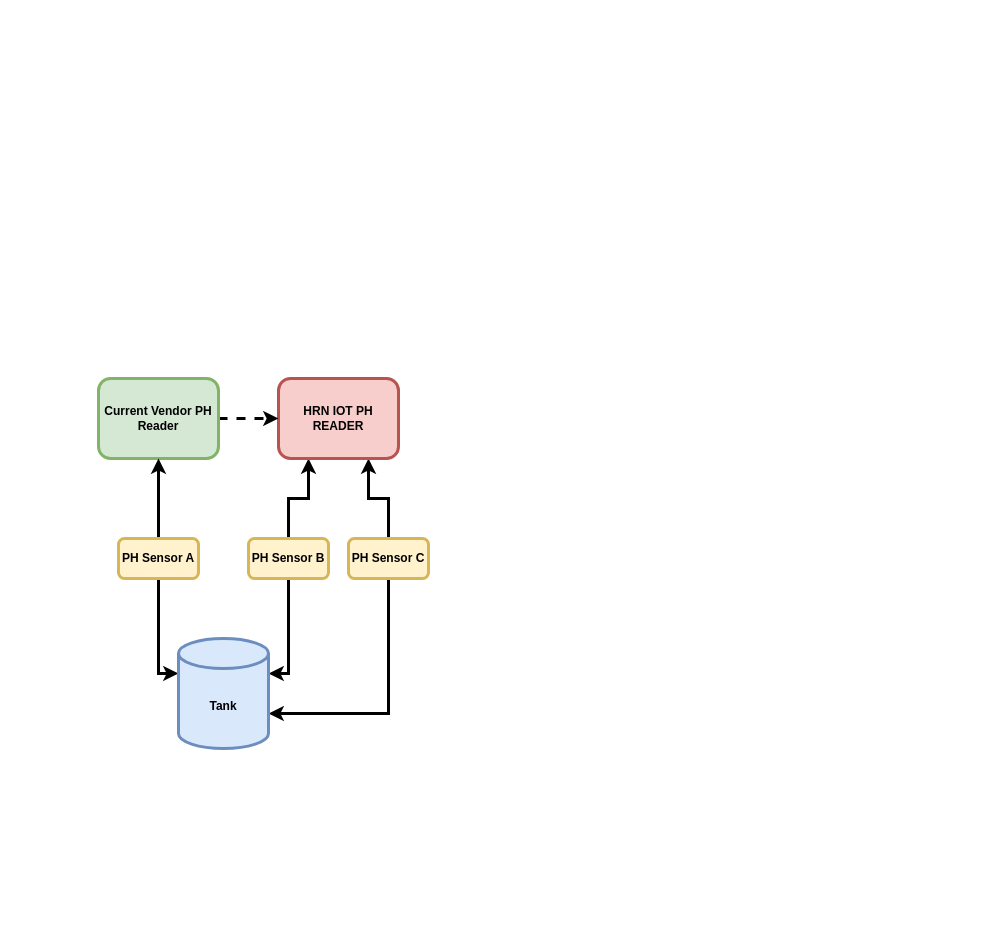
Before: Software_Network_Architecture.drawio in HamishDrummond-GitHub/HamishDrummond-GitHub, a draw.io diagram. Source tidied: cells renumbered, new cells numbered last; positions are measured from the earlier drawing's top-left corner, leaving out a move shared by most shapes. Both pictures are drawn from the tidied source at 100%, with x=0, y=0 at pixel (98, 378).
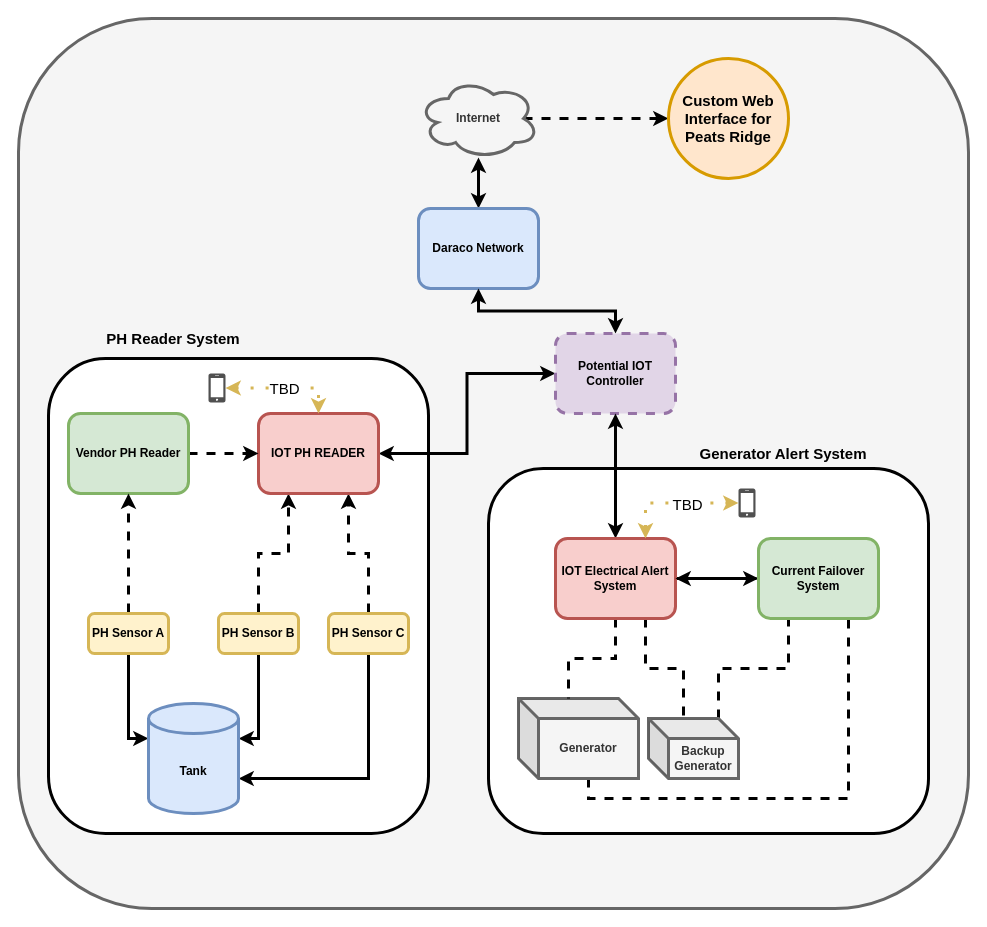
The same diagram, later.

Diff of the diagram source:
```diff
@@
+    <mxCell id="15" style="rounded=1;whiteSpace=wrap;html=1;fontSize=15;strokeWidth=3;fillColor=#f5f5f5;fontColor=#333333;strokeColor=#666666;" parent="1" vertex="1">
+      <mxGeometry x="-80" y="-360" width="950" height="890" as="geometry" />
+    </mxCell>
+    <mxCell id="16" style="rounded=1;whiteSpace=wrap;html=1;fontSize=15;strokeWidth=3;" parent="1" vertex="1">
+      <mxGeometry x="-50" y="-20" width="380" height="475" as="geometry" />
+    </mxCell>
+    <mxCell id="17" style="rounded=1;whiteSpace=wrap;html=1;fontSize=15;strokeWidth=3;" parent="1" vertex="1">
+      <mxGeometry x="390" y="90" width="440" height="365" as="geometry" />
+    </mxCell>
+    <mxCell id="18" style="edgeStyle=orthogonalEdgeStyle;rounded=0;jettySize=auto;html=1;exitX=0;exitY=0;exitDx=70;exitDy=0;exitPerimeter=0;entryX=0.25;entryY=1;entryDx=0;entryDy=0;dashed=1;startArrow=none;startFill=0;endArrow=none;endFill=0;strokeWidth=3;" parent="1" edge="1" source="19" target="35">
+      <mxGeometry relative="1" as="geometry" />
+    </mxCell>
+    <mxCell id="19" value="&lt;b&gt;Backup Generator&lt;/b&gt;" style="shape=cube;whiteSpace=wrap;html=1;boundedLbl=1;backgroundOutline=1;darkOpacity=0.05;darkOpacity2=0.1;strokeColor=#666666;strokeWidth=3;fillColor=#f5f5f5;fontColor=#333333;" parent="1" vertex="1">
+      <mxGeometry x="550" y="340" width="90" height="60" as="geometry" />
+    </mxCell>
-    <mxCell id="2" style="edgeStyle=orthogonalEdgeStyle;rounded=0;jettySize=auto;html=1;exitX=0.5;exitY=0;exitDx=0;exitDy=0;entryX=0.25;entryY=1;entryDx=0;entryDy=0;strokeWidth=3;" parent="1" edge="1" source="4" target="8">
+    <mxCell id="2" style="edgeStyle=orthogonalEdgeStyle;rounded=0;jettySize=auto;html=1;exitX=0.5;exitY=0;exitDx=0;exitDy=0;entryX=0.25;entryY=1;entryDx=0;entryDy=0;strokeWidth=3;dashed=1;" parent="1" edge="1" source="4" target="8">
       <mxGeometry relative="1" as="geometry" />
     </mxCell>
@@
     <mxCell id="4" value="&lt;b&gt;PH Sensor B&lt;/b&gt;" style="rounded=1;whiteSpace=wrap;html=1;fillColor=#fff2cc;strokeColor=#d6b656;perimeterSpacing=1;strokeWidth=3;" parent="1" vertex="1">
-      <mxGeometry x="150" y="160" width="80" height="40" as="geometry" />
+      <mxGeometry x="120" y="235" width="80" height="40" as="geometry" />
     </mxCell>
-    <mxCell id="5" style="edgeStyle=orthogonalEdgeStyle;rounded=0;jettySize=auto;html=1;exitX=0.5;exitY=0;exitDx=0;exitDy=0;entryX=0.75;entryY=1;entryDx=0;entryDy=0;strokeWidth=3;" parent="1" edge="1" source="7" target="8">
+    <mxCell id="5" style="edgeStyle=orthogonalEdgeStyle;rounded=0;jettySize=auto;html=1;exitX=0.5;exitY=0;exitDx=0;exitDy=0;entryX=0.75;entryY=1;entryDx=0;entryDy=0;strokeWidth=3;dashed=1;" parent="1" edge="1" source="7" target="8">
       <mxGeometry relative="1" as="geometry" />
     </mxCell>
@@
     <mxCell id="7" value="&lt;b&gt;PH Sensor C&lt;/b&gt;" style="rounded=1;whiteSpace=wrap;html=1;fillColor=#fff2cc;strokeColor=#d6b656;perimeterSpacing=1;strokeWidth=3;" parent="1" vertex="1">
-      <mxGeometry x="250" y="160" width="80" height="40" as="geometry" />
+      <mxGeometry x="230" y="235" width="80" height="40" as="geometry" />
     </mxCell>
+    <mxCell id="20" style="edgeStyle=orthogonalEdgeStyle;rounded=0;jettySize=auto;html=1;exitX=1;exitY=0.5;exitDx=0;exitDy=0;entryX=0;entryY=0.5;entryDx=0;entryDy=0;startArrow=classic;startFill=1;strokeWidth=3;" parent="1" edge="1" source="8" target="26">
+      <mxGeometry relative="1" as="geometry" />
+    </mxCell>
-    <mxCell id="8" value="&lt;b&gt;HRN IOT PH READER&lt;/b&gt;" style="rounded=1;whiteSpace=wrap;html=1;strokeColor=#b85450;strokeWidth=3;fillColor=#f8cecc;" parent="1" vertex="1">
-      <mxGeometry x="180" width="120" height="80" as="geometry" />
+    <mxCell id="8" value="&lt;b&gt;IOT PH READER&lt;/b&gt;" style="rounded=1;whiteSpace=wrap;html=1;strokeColor=#b85450;strokeWidth=3;fillColor=#f8cecc;" parent="1" vertex="1">
+      <mxGeometry x="160" y="35" width="120" height="80" as="geometry" />
     </mxCell>
@@
-    <mxCell id="10" value="&lt;b&gt;Current Vendor PH Reader&lt;/b&gt;" style="rounded=1;whiteSpace=wrap;html=1;strokeColor=#82b366;strokeWidth=3;fillColor=#d5e8d4;" parent="1" vertex="1">
-      <mxGeometry width="120" height="80" as="geometry" />
+    <mxCell id="10" value="&lt;b&gt;Vendor PH Reader&lt;/b&gt;" style="rounded=1;whiteSpace=wrap;html=1;strokeColor=#82b366;strokeWidth=3;fillColor=#d5e8d4;" parent="1" vertex="1">
+      <mxGeometry x="-30" y="35" width="120" height="80" as="geometry" />
     </mxCell>
-    <mxCell id="11" style="edgeStyle=orthogonalEdgeStyle;rounded=0;jettySize=auto;html=1;exitX=0.5;exitY=0;exitDx=0;exitDy=0;entryX=0.5;entryY=1;entryDx=0;entryDy=0;strokeWidth=3;" parent="1" edge="1" source="13" target="10">
+    <mxCell id="11" style="edgeStyle=orthogonalEdgeStyle;rounded=0;jettySize=auto;html=1;exitX=0.5;exitY=0;exitDx=0;exitDy=0;entryX=0.5;entryY=1;entryDx=0;entryDy=0;strokeWidth=3;dashed=1;" parent="1" edge="1" source="13" target="10">
       <mxGeometry relative="1" as="geometry" />
     </mxCell>
@@
     <mxCell id="13" value="&lt;b&gt;PH Sensor A&lt;/b&gt;" style="rounded=1;whiteSpace=wrap;html=1;fillColor=#fff2cc;strokeColor=#d6b656;perimeterSpacing=1;strokeWidth=3;" parent="1" vertex="1">
-      <mxGeometry x="20" y="160" width="80" height="40" as="geometry" />
+      <mxGeometry x="-10" y="235" width="80" height="40" as="geometry" />
     </mxCell>
     <mxCell id="14" value="&lt;b&gt;Tank&lt;/b&gt;" style="shape=cylinder3;whiteSpace=wrap;html=1;boundedLbl=1;backgroundOutline=1;size=15;strokeColor=#6c8ebf;strokeWidth=3;fillColor=#dae8fc;" parent="1" vertex="1">
-      <mxGeometry x="80" y="260" width="90" height="110" as="geometry" />
+      <mxGeometry x="50" y="325" width="90" height="110" as="geometry" />
     </mxCell>
+    <mxCell id="21" style="edgeStyle=orthogonalEdgeStyle;rounded=0;jettySize=auto;html=1;exitX=0.5;exitY=0;exitDx=0;exitDy=0;entryX=0.5;entryY=0.988;entryDx=0;entryDy=0;entryPerimeter=0;startArrow=classic;startFill=1;strokeWidth=3;" parent="1" edge="1" source="22" target="24">
+      <mxGeometry relative="1" as="geometry" />
+    </mxCell>
+    <mxCell id="22" value="Daraco Network" style="rounded=1;whiteSpace=wrap;html=1;strokeColor=#6c8ebf;strokeWidth=3;fillColor=#dae8fc;fontStyle=1;" parent="1" vertex="1">
+      <mxGeometry x="320" y="-170" width="120" height="80" as="geometry" />
+    </mxCell>
+    <mxCell id="23" style="edgeStyle=orthogonalEdgeStyle;rounded=0;jettySize=auto;html=1;exitX=0.875;exitY=0.5;exitDx=0;exitDy=0;exitPerimeter=0;entryX=0;entryY=0.5;entryDx=0;entryDy=0;fontSize=15;startArrow=none;startFill=0;endArrow=classic;endFill=1;strokeWidth=3;dashed=1;" parent="1" edge="1" source="24" target="38">
+      <mxGeometry relative="1" as="geometry" />
+    </mxCell>
+    <mxCell id="24" value="Internet" style="ellipse;shape=cloud;whiteSpace=wrap;html=1;strokeColor=#666666;strokeWidth=3;fillColor=#f5f5f5;fontColor=#333333;fontStyle=1;" parent="1" vertex="1">
+      <mxGeometry x="320" y="-300" width="120" height="80" as="geometry" />
+    </mxCell>
+    <mxCell id="25" style="edgeStyle=orthogonalEdgeStyle;rounded=0;jettySize=auto;html=1;exitX=0.5;exitY=0;exitDx=0;exitDy=0;entryX=0.5;entryY=1;entryDx=0;entryDy=0;startArrow=classic;startFill=1;strokeWidth=3;" parent="1" edge="1" source="26" target="22">
+      <mxGeometry relative="1" as="geometry" />
+    </mxCell>
+    <mxCell id="26" value="Potential IOT Controller" style="rounded=1;whiteSpace=wrap;html=1;strokeColor=#9673a6;strokeWidth=3;fillColor=#e1d5e7;dashed=1;gradientColor=none;fontStyle=1;" parent="1" vertex="1">
+      <mxGeometry x="457" y="-45" width="120" height="80" as="geometry" />
+    </mxCell>
+    <mxCell id="27" style="edgeStyle=orthogonalEdgeStyle;rounded=0;jettySize=auto;html=1;exitX=0;exitY=0;exitDx=70;exitDy=80;exitPerimeter=0;entryX=0.75;entryY=1;entryDx=0;entryDy=0;dashed=1;startArrow=none;startFill=0;endArrow=none;endFill=0;strokeWidth=3;" parent="1" edge="1" source="28" target="35">
+      <mxGeometry relative="1" as="geometry" />
+    </mxCell>
+    <mxCell id="28" value="&lt;b&gt;Generator&lt;/b&gt;" style="shape=cube;whiteSpace=wrap;html=1;boundedLbl=1;backgroundOutline=1;darkOpacity=0.05;darkOpacity2=0.1;strokeColor=#666666;strokeWidth=3;fillColor=#f5f5f5;fontColor=#333333;" parent="1" vertex="1">
+      <mxGeometry x="420" y="320" width="120" height="80" as="geometry" />
+    </mxCell>
+    <mxCell id="29" style="edgeStyle=orthogonalEdgeStyle;rounded=0;jettySize=auto;html=1;exitX=0.5;exitY=0;exitDx=0;exitDy=0;entryX=0.5;entryY=1;entryDx=0;entryDy=0;startArrow=classic;startFill=1;strokeWidth=3;" parent="1" edge="1" source="33" target="26">
+      <mxGeometry relative="1" as="geometry" />
+    </mxCell>
+    <mxCell id="30" style="edgeStyle=orthogonalEdgeStyle;rounded=0;jettySize=auto;html=1;exitX=0.5;exitY=1;exitDx=0;exitDy=0;entryX=0;entryY=0;entryDx=50;entryDy=0;entryPerimeter=0;startArrow=none;startFill=0;strokeWidth=3;endArrow=none;endFill=0;dashed=1;" parent="1" edge="1" source="33" target="28">
+      <mxGeometry relative="1" as="geometry" />
+    </mxCell>
+    <mxCell id="31" style="edgeStyle=orthogonalEdgeStyle;rounded=0;jettySize=auto;html=1;exitX=0.75;exitY=1;exitDx=0;exitDy=0;entryX=0;entryY=0;entryDx=35;entryDy=0;entryPerimeter=0;startArrow=none;startFill=0;endArrow=none;endFill=0;strokeWidth=3;dashed=1;" parent="1" edge="1" source="33" target="19">
+      <mxGeometry relative="1" as="geometry" />
+    </mxCell>
+    <mxCell id="32" style="edgeStyle=orthogonalEdgeStyle;rounded=0;jettySize=auto;html=1;exitX=1;exitY=0.5;exitDx=0;exitDy=0;entryX=0;entryY=0.5;entryDx=0;entryDy=0;dashed=1;startArrow=none;startFill=0;endArrow=none;endFill=0;strokeWidth=3;" parent="1" edge="1" source="33" target="35">
+      <mxGeometry relative="1" as="geometry" />
+    </mxCell>
+    <mxCell id="33" value="&lt;b&gt;IOT Electrical Alert System&lt;/b&gt;" style="rounded=1;whiteSpace=wrap;html=1;strokeColor=#b85450;strokeWidth=3;fillColor=#f8cecc;" parent="1" vertex="1">
+      <mxGeometry x="457" y="160" width="120" height="80" as="geometry" />
+    </mxCell>
+    <mxCell id="34" style="edgeStyle=orthogonalEdgeStyle;rounded=0;jettySize=auto;html=1;startArrow=classic;startFill=1;endArrow=classic;endFill=1;strokeWidth=3;" parent="1" edge="1" source="35" target="33">
+      <mxGeometry relative="1" as="geometry" />
+    </mxCell>
+    <mxCell id="35" value="&lt;b&gt;Current Failover System&lt;/b&gt;" style="rounded=1;whiteSpace=wrap;html=1;strokeColor=#82b366;strokeWidth=3;fillColor=#d5e8d4;" parent="1" vertex="1">
+      <mxGeometry x="660" y="160" width="120" height="80" as="geometry" />
+    </mxCell>
+    <mxCell id="36" value="&lt;b style=&quot;font-size: 15px;&quot;&gt;PH Reader System&lt;/b&gt;" style="text;html=1;strokeColor=none;fillColor=none;align=center;verticalAlign=middle;whiteSpace=wrap;rounded=0;fontSize=15;" parent="1" vertex="1">
+      <mxGeometry y="-55" width="150" height="30" as="geometry" />
+    </mxCell>
+    <mxCell id="37" value="&lt;b style=&quot;font-size: 15px;&quot;&gt;Generator Alert System&lt;/b&gt;" style="text;html=1;strokeColor=none;fillColor=none;align=center;verticalAlign=middle;whiteSpace=wrap;rounded=0;fontSize=15;" parent="1" vertex="1">
+      <mxGeometry x="600" y="60" width="170" height="30" as="geometry" />
+    </mxCell>
+    <mxCell id="38" value="&lt;b&gt;Custom Web Interface for Peats Ridge&lt;/b&gt;" style="ellipse;whiteSpace=wrap;html=1;fontSize=15;strokeColor=#d79b00;strokeWidth=3;fillColor=#ffe6cc;" parent="1" vertex="1">
+      <mxGeometry x="570" y="-320" width="120" height="120" as="geometry" />
+    </mxCell>
+    <mxCell id="39" value="TBD" style="edgeStyle=orthogonalEdgeStyle;rounded=0;jettySize=auto;html=1;fontSize=15;startArrow=classic;startFill=1;endArrow=classic;endFill=1;strokeWidth=3;fillColor=#fff2cc;strokeColor=#d6b656;dashed=1;dashPattern=1 4;" parent="1" edge="1" source="40" target="8">
+      <mxGeometry relative="1" as="geometry" />
+    </mxCell>
+    <mxCell id="40" style="sketch=0;shadow=0;dashed=0;html=1;strokeColor=none;fillColor=#505050;labelPosition=center;verticalLabelPosition=bottom;verticalAlign=top;outlineConnect=0;align=center;shape=mxgraph.office.devices.cell_phone_iphone_proportional;fontSize=15;" parent="1" vertex="1">
+      <mxGeometry x="110" y="-5" width="17" height="29" as="geometry" />
+    </mxCell>
+    <mxCell id="41" style="edgeStyle=orthogonalEdgeStyle;rounded=0;jettySize=auto;html=1;entryX=0.75;entryY=0;entryDx=0;entryDy=0;fontSize=15;startArrow=classic;startFill=1;endArrow=classic;endFill=1;strokeWidth=3;fillColor=#fff2cc;strokeColor=#d6b656;dashed=1;dashPattern=1 4;" parent="1" edge="1" source="43" target="33">
+      <mxGeometry relative="1" as="geometry" />
+    </mxCell>
+    <mxCell id="42" value="TBD" style="edgeLabel;html=1;align=center;verticalAlign=middle;fontSize=15;" parent="41" vertex="1">
+      <mxGeometry x="-0.19" y="1" relative="1" as="geometry" />
+    </mxCell>
+    <mxCell id="43" style="sketch=0;shadow=0;dashed=0;html=1;strokeColor=none;fillColor=#505050;labelPosition=center;verticalLabelPosition=bottom;verticalAlign=top;outlineConnect=0;align=center;shape=mxgraph.office.devices.cell_phone_iphone_proportional;fontSize=15;" parent="1" vertex="1">
+      <mxGeometry x="640" y="110" width="17" height="29" as="geometry" />
+    </mxCell>
```
